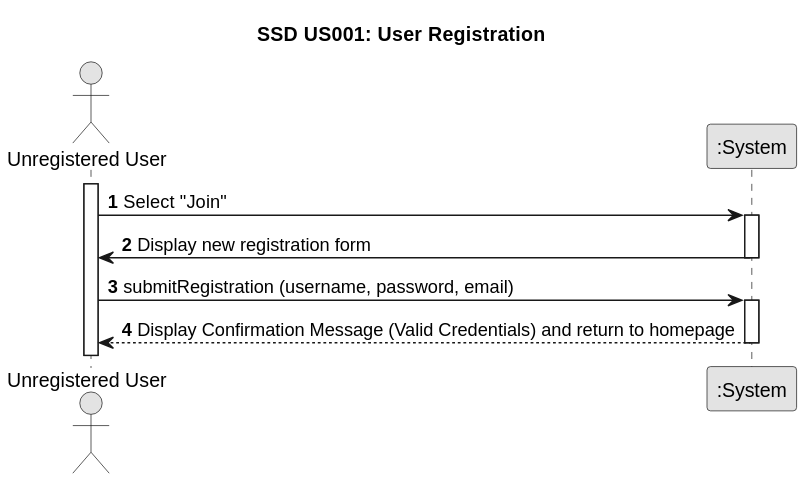
Earlier version of the PlantUML export docs/sprint01/us001/01.requirements-engineering/svg/us001-system-sequence-diagram.svg (TiagoMagalhaes1232507/Testando-projeto).
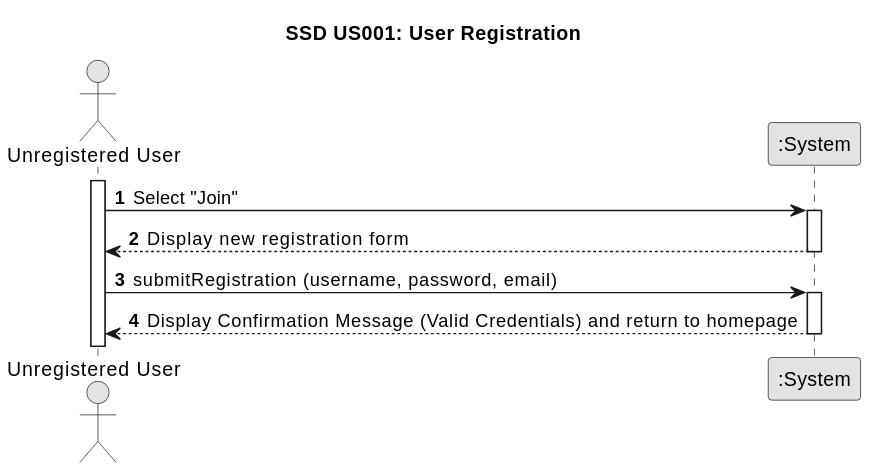
Later version of the same file.

Change to the diagram source:
```diff
@@ -15,7 +15,7 @@
 User -> System : Select "Join"
 activate System
 
-System -> User : Display new registration form
+System --> User : Display new registration form
 deactivate System
 
 User -> System : submitRegistration (username, password, email)
```
